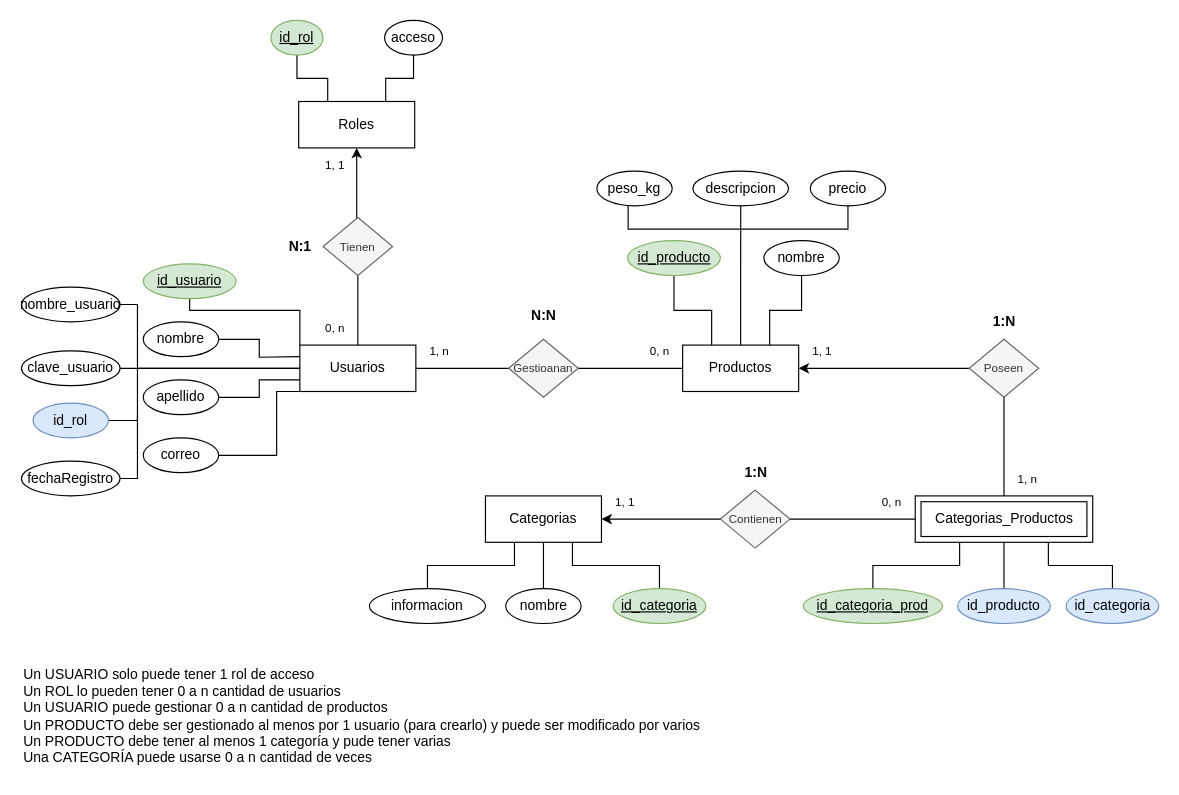
Above: page "Modelo Entidad Relacion" (3 of 5) of TEG.drawio in AlbanyNVRodriguez/draw---diagrams (draw.io), before the change. Source tidied: cells renumbered, new cells numbered last; positions are measured from the earlier drawing's top-left corner, leaving out a move shared by most shapes. Both pictures are drawn from the tidied source at 116%, with x=0, y=0 at pixel (21, 20).
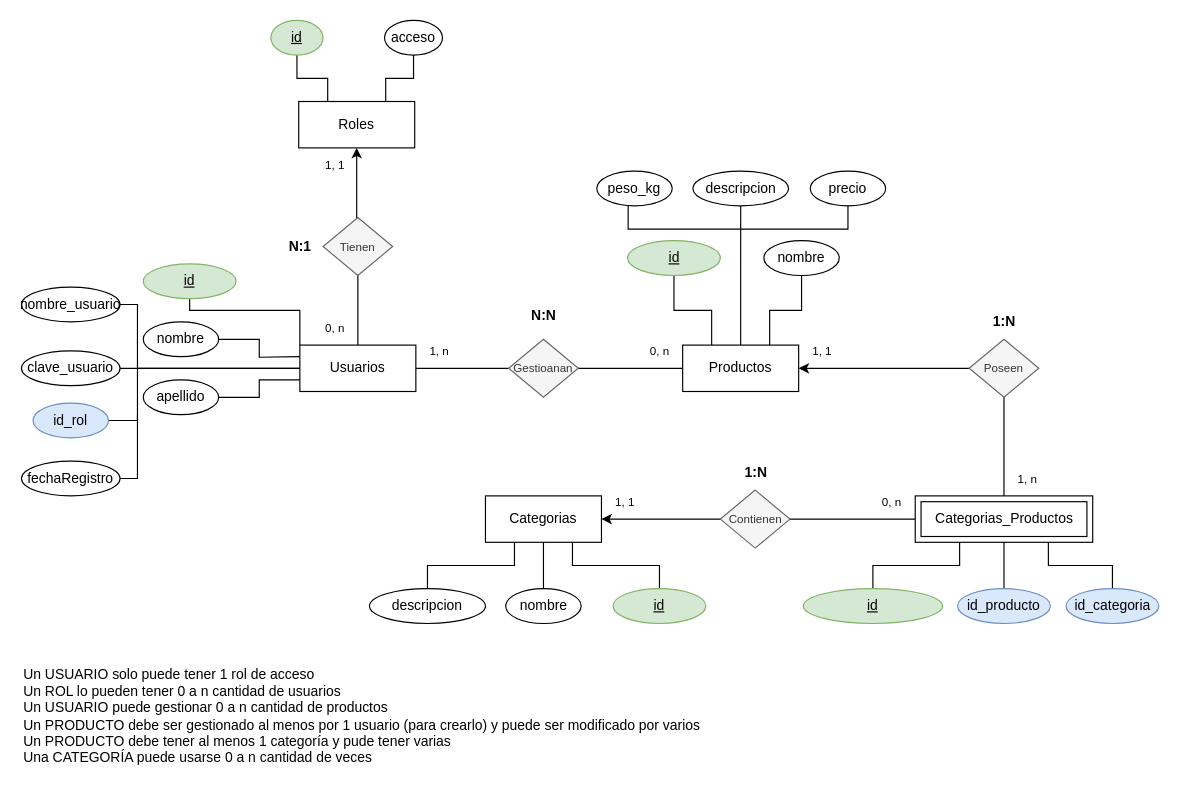
Above is the later version.

The change refers to these unchanged cells:
```xml
<mxCell id="6" value="Usuarios" style="whiteSpace=wrap;html=1;align=center;" parent="1" vertex="1">
  <mxGeometry x="240" y="280" width="100" height="40" as="geometry" />
</mxCell>
```

What changed in the source:
```diff
@@
-    <mxCell id="25" value="id_rol" style="ellipse;whiteSpace=wrap;html=1;fillColor=#d5e8d4;strokeColor=#82b366;fontStyle=4;" parent="1" vertex="1">
+    <mxCell id="25" value="id" style="ellipse;whiteSpace=wrap;html=1;fillColor=#d5e8d4;strokeColor=#82b366;fontStyle=4;" parent="1" vertex="1">
       <mxGeometry x="215" width="45" height="30" as="geometry" />
     </mxCell>
@@
-    <mxCell id="28" value="id_usuario" style="ellipse;whiteSpace=wrap;html=1;fillColor=#d5e8d4;strokeColor=#82b366;fontStyle=4;" parent="1" vertex="1">
+    <mxCell id="28" value="id" style="ellipse;whiteSpace=wrap;html=1;fillColor=#d5e8d4;strokeColor=#82b366;fontStyle=4;" parent="1" vertex="1">
       <mxGeometry x="105" y="210" width="80" height="30" as="geometry" />
     </mxCell>
@@
-    <mxCell id="33" style="edgeStyle=orthogonalEdgeStyle;rounded=0;jettySize=auto;html=1;entryX=0;entryY=1;entryDx=0;entryDy=0;endArrow=none;endFill=0;" parent="1" edge="1" source="34" target="6">
-      <mxGeometry relative="1" as="geometry">
-        <Array as="points">
-          <mxPoint x="220" y="375" />
-          <mxPoint x="220" y="320" />
-        </Array>
-      </mxGeometry>
-    </mxCell>
-    <mxCell id="34" value="correo" style="ellipse;whiteSpace=wrap;html=1;fillColor=none;fontStyle=0;" parent="1" vertex="1">
-      <mxGeometry x="105" y="360" width="65" height="30" as="geometry" />
-    </mxCell>
@@
-    <mxCell id="43" value="id_producto" style="ellipse;whiteSpace=wrap;html=1;fillColor=#d5e8d4;strokeColor=#82b366;fontStyle=4;" parent="1" vertex="1">
+    <mxCell id="43" value="id" style="ellipse;whiteSpace=wrap;html=1;fillColor=#d5e8d4;strokeColor=#82b366;fontStyle=4;" parent="1" vertex="1">
       <mxGeometry x="522.5" y="190" width="80" height="30" as="geometry" />
     </mxCell>
@@
-    <mxCell id="54" value="id_categoria_prod" style="ellipse;whiteSpace=wrap;html=1;fillColor=#d5e8d4;strokeColor=#82b366;fontStyle=4;" parent="1" vertex="1">
+    <mxCell id="54" value="id" style="ellipse;whiteSpace=wrap;html=1;fillColor=#d5e8d4;strokeColor=#82b366;fontStyle=4;" parent="1" vertex="1">
       <mxGeometry x="674" y="490" width="120" height="30" as="geometry" />
     </mxCell>
@@
-    <mxCell id="64" value="id_categoria" style="ellipse;whiteSpace=wrap;html=1;fillColor=#d5e8d4;strokeColor=#82b366;fontStyle=4;" parent="1" vertex="1">
+    <mxCell id="64" value="id" style="ellipse;whiteSpace=wrap;html=1;fillColor=#d5e8d4;strokeColor=#82b366;fontStyle=4;" parent="1" vertex="1">
       <mxGeometry x="510" y="490" width="80" height="30" as="geometry" />
     </mxCell>
@@
-    <mxCell id="66" value="informacion" style="ellipse;whiteSpace=wrap;html=1;fillColor=none;fontStyle=0;" parent="1" vertex="1">
+    <mxCell id="66" value="descripcion" style="ellipse;whiteSpace=wrap;html=1;fillColor=none;fontStyle=0;" parent="1" vertex="1">
       <mxGeometry x="300" y="490" width="100" height="30" as="geometry" />
     </mxCell>
```
